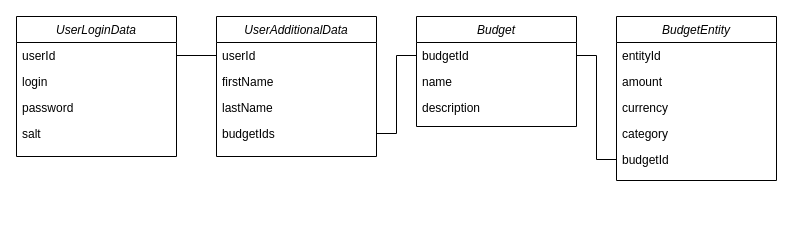
The draw.io diagram budget-buddy-ERD.drawio in marcinkida97/budget-buddy-api, before the edit. Source tidied: cells renumbered, new cells numbered last; positions are measured from the earlier drawing's top-left corner, leaving out a move shared by most shapes. Both pictures are drawn from the tidied source at 100%, with x=0, y=0 at pixel (16, 16).
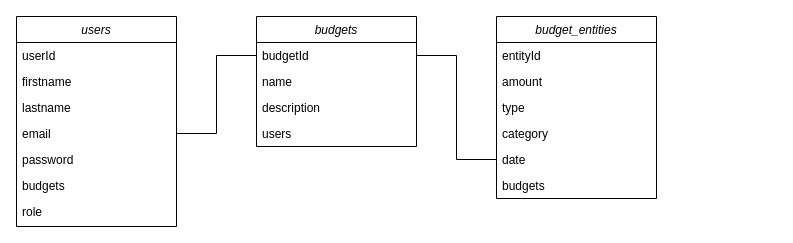
The same page after the edit.

Unchanged cells that the change refers to:
```xml
<mxCell id="8" value="userId" style="text;align=left;verticalAlign=top;spacingLeft=4;spacingRight=4;overflow=hidden;points=[[0,0.5],[1,0.5]];portConstraint=eastwest;" parent="7" vertex="1">
  <mxGeometry y="26" width="160" height="26" as="geometry" />
</mxCell>
```

The edit, as a diff of the source:
```diff
@@
-    <mxCell id="2" value="UserLoginData" style="swimlane;fontStyle=2;align=center;verticalAlign=top;horizontal=1;startSize=26;rounded=0;shadow=0;strokeWidth=1;" parent="1" vertex="1">
-      <mxGeometry width="160" height="140" as="geometry" />
-    </mxCell>
-    <mxCell id="3" value="userId" style="text;align=left;verticalAlign=top;spacingLeft=4;spacingRight=4;overflow=hidden;points=[[0,0.5],[1,0.5]];portConstraint=eastwest;" parent="2" vertex="1">
-      <mxGeometry y="26" width="160" height="26" as="geometry" />
-    </mxCell>
-    <mxCell id="4" value="login " style="text;align=left;verticalAlign=top;spacingLeft=4;spacingRight=4;overflow=hidden;rounded=0;shadow=0;html=0;" parent="2" vertex="1">
-      <mxGeometry y="52" width="160" height="26" as="geometry" />
-    </mxCell>
-    <mxCell id="5" value="password" style="text;align=left;verticalAlign=top;spacingLeft=4;spacingRight=4;overflow=hidden;rounded=0;shadow=0;html=0;" parent="2" vertex="1">
-      <mxGeometry y="78" width="160" height="26" as="geometry" />
-    </mxCell>
-    <mxCell id="6" value="salt" style="text;align=left;verticalAlign=top;spacingLeft=4;spacingRight=4;overflow=hidden;rounded=0;shadow=0;html=0;" parent="2" vertex="1">
-      <mxGeometry y="104" width="160" height="26" as="geometry" />
-    </mxCell>
-    <mxCell id="7" value="UserAdditionalData" style="swimlane;fontStyle=2;align=center;verticalAlign=top;horizontal=1;startSize=26;rounded=0;shadow=0;strokeWidth=1;" parent="1" vertex="1">
-      <mxGeometry x="200" width="160" height="140" as="geometry" />
+    <mxCell id="7" value="users" style="swimlane;fontStyle=2;align=center;verticalAlign=top;horizontal=1;startSize=26;rounded=0;shadow=0;strokeWidth=1;" parent="1" vertex="1">
+      <mxGeometry width="160" height="210" as="geometry" />
     </mxCell>
@@
-    <mxCell id="9" value="firstName" style="text;align=left;verticalAlign=top;spacingLeft=4;spacingRight=4;overflow=hidden;rounded=0;shadow=0;html=0;" parent="7" vertex="1">
+    <mxCell id="9" value="firstname" style="text;align=left;verticalAlign=top;spacingLeft=4;spacingRight=4;overflow=hidden;rounded=0;shadow=0;html=0;" parent="7" vertex="1">
       <mxGeometry y="52" width="160" height="26" as="geometry" />
     </mxCell>
-    <mxCell id="10" value="lastName" style="text;align=left;verticalAlign=top;spacingLeft=4;spacingRight=4;overflow=hidden;rounded=0;shadow=0;html=0;" parent="7" vertex="1">
+    <mxCell id="10" value="lastname" style="text;align=left;verticalAlign=top;spacingLeft=4;spacingRight=4;overflow=hidden;rounded=0;shadow=0;html=0;" parent="7" vertex="1">
       <mxGeometry y="78" width="160" height="26" as="geometry" />
     </mxCell>
-    <mxCell id="11" value="budgetIds" style="text;align=left;verticalAlign=top;spacingLeft=4;spacingRight=4;overflow=hidden;points=[[0,0.5],[1,0.5]];portConstraint=eastwest;rounded=0;shadow=0;html=0;" parent="7" vertex="1">
+    <mxCell id="11" value="email" style="text;align=left;verticalAlign=top;spacingLeft=4;spacingRight=4;overflow=hidden;points=[[0,0.5],[1,0.5]];portConstraint=eastwest;rounded=0;shadow=0;html=0;" parent="7" vertex="1">
       <mxGeometry y="104" width="160" height="26" as="geometry" />
     </mxCell>
-    <mxCell id="12" style="edgeStyle=orthogonalEdgeStyle;rounded=0;jettySize=auto;html=1;exitX=0;exitY=0.5;exitDx=0;exitDy=0;endArrow=none;endFill=0;" parent="1" edge="1" source="8" target="3">
-      <mxGeometry relative="1" as="geometry" />
-    </mxCell>
+    <mxCell id="5" value="password" style="text;align=left;verticalAlign=top;spacingLeft=4;spacingRight=4;overflow=hidden;rounded=0;shadow=0;html=0;" parent="7" vertex="1">
+      <mxGeometry y="130" width="160" height="26" as="geometry" />
+    </mxCell>
+    <mxCell id="25" value="budgets" style="text;align=left;verticalAlign=top;spacingLeft=4;spacingRight=4;overflow=hidden;rounded=0;shadow=0;html=0;" parent="7" vertex="1">
+      <mxGeometry y="156" width="160" height="26" as="geometry" />
+    </mxCell>
+    <mxCell id="26" value="role" style="text;align=left;verticalAlign=top;spacingLeft=4;spacingRight=4;overflow=hidden;rounded=0;shadow=0;html=0;" parent="7" vertex="1">
+      <mxGeometry y="182" width="160" height="26" as="geometry" />
+    </mxCell>
-    <mxCell id="13" value="BudgetEntity" style="swimlane;fontStyle=2;align=center;verticalAlign=top;horizontal=1;startSize=26;rounded=0;shadow=0;strokeWidth=1;" parent="1" vertex="1">
-      <mxGeometry x="600" width="160" height="164" as="geometry" />
+    <mxCell id="13" value="budget_entities" style="swimlane;fontStyle=2;align=center;verticalAlign=top;horizontal=1;startSize=26;rounded=0;shadow=0;strokeWidth=1;" parent="1" vertex="1">
+      <mxGeometry x="480" width="160" height="182" as="geometry" />
     </mxCell>
@@
-    <mxCell id="16" value="currency" style="text;align=left;verticalAlign=top;spacingLeft=4;spacingRight=4;overflow=hidden;rounded=0;shadow=0;html=0;" parent="13" vertex="1">
+    <mxCell id="16" value="type" style="text;align=left;verticalAlign=top;spacingLeft=4;spacingRight=4;overflow=hidden;rounded=0;shadow=0;html=0;" parent="13" vertex="1">
       <mxGeometry y="78" width="160" height="26" as="geometry" />
     </mxCell>
@@
-    <mxCell id="18" value="budgetId" style="text;align=left;verticalAlign=top;spacingLeft=4;spacingRight=4;overflow=hidden;points=[[0,0.5],[1,0.5]];portConstraint=eastwest;rounded=0;shadow=0;html=0;" parent="13" vertex="1">
+    <mxCell id="18" value="date" style="text;align=left;verticalAlign=top;spacingLeft=4;spacingRight=4;overflow=hidden;points=[[0,0.5],[1,0.5]];portConstraint=eastwest;rounded=0;shadow=0;html=0;" parent="13" vertex="1">
       <mxGeometry y="130" width="160" height="26" as="geometry" />
     </mxCell>
+    <mxCell id="27" value="budgets" style="text;align=left;verticalAlign=top;spacingLeft=4;spacingRight=4;overflow=hidden;rounded=0;shadow=0;html=0;" parent="13" vertex="1">
+      <mxGeometry y="156" width="160" height="26" as="geometry" />
+    </mxCell>
-    <mxCell id="19" value="Budget" style="swimlane;fontStyle=2;align=center;verticalAlign=top;horizontal=1;startSize=26;rounded=0;shadow=0;strokeWidth=1;" parent="1" vertex="1">
-      <mxGeometry x="400" width="160" height="110" as="geometry" />
+    <mxCell id="19" value="budgets" style="swimlane;fontStyle=2;align=center;verticalAlign=top;horizontal=1;startSize=26;rounded=0;shadow=0;strokeWidth=1;" parent="1" vertex="1">
+      <mxGeometry x="240" width="160" height="130" as="geometry" />
     </mxCell>
@@
+    <mxCell id="28" value="users" style="text;align=left;verticalAlign=top;spacingLeft=4;spacingRight=4;overflow=hidden;rounded=0;shadow=0;html=0;" parent="19" vertex="1">
+      <mxGeometry y="104" width="160" height="26" as="geometry" />
+    </mxCell>
```
